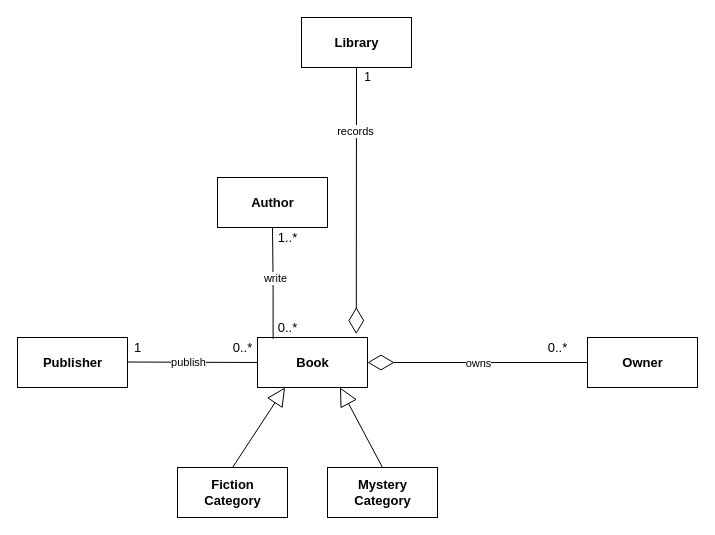
Above: E3ClassDiagram.drawio in yunee01/W2 (draw.io), before the change. Source tidied: cells renumbered, new cells numbered last; positions are measured from the earlier drawing's top-left corner, leaving out a move shared by most shapes. Both pictures are drawn from the tidied source at 100%, with x=0, y=0 at pixel (17, 17).
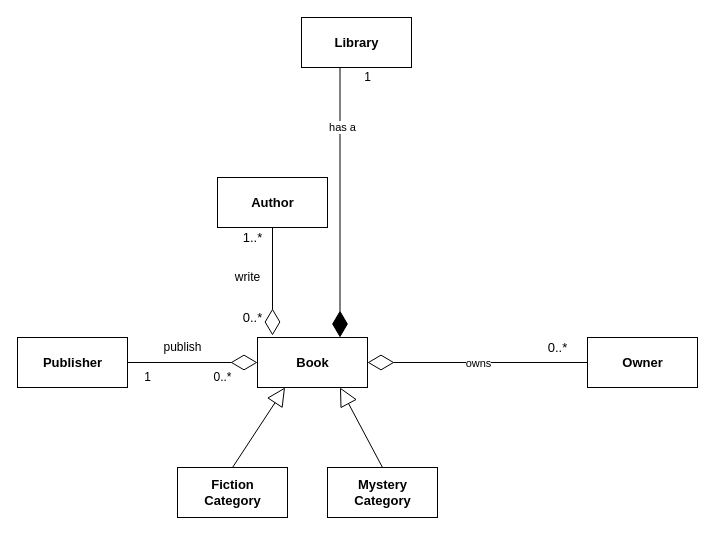
After the change.

Unchanged cells that the change refers to:
```xml
<mxCell id="2" value="Book" style="html=1;fontStyle=1;fontSize=13;" parent="1" vertex="1">
  <mxGeometry x="240" y="320" width="110" height="50" as="geometry" />
</mxCell>
<mxCell id="3" value="Author" style="html=1;fontStyle=1;fontSize=13;" parent="1" vertex="1">
  <mxGeometry x="200" y="160" width="110" height="50" as="geometry" />
</mxCell>
<mxCell id="4" value="Publisher" style="html=1;fontStyle=1;fontSize=13;" parent="1" vertex="1">
  <mxGeometry y="320" width="110" height="50" as="geometry" />
</mxCell>
<mxCell id="5" value="Library" style="html=1;fontStyle=1;fontSize=13;" parent="1" vertex="1">
  <mxGeometry x="284" width="110" height="50" as="geometry" />
</mxCell>
```

Diff of the diagram source:
```diff
@@
     <mxCell id="11" value="1..*" style="text;html=1;align=center;verticalAlign=middle;fontSize=13;" parent="1" vertex="1">
-      <mxGeometry x="255" y="210" width="30" height="20" as="geometry" />
+      <mxGeometry x="220" y="210" width="30" height="20" as="geometry" />
     </mxCell>
     <mxCell id="12" value="0..*" style="text;html=1;align=center;verticalAlign=middle;fontSize=13;" parent="1" vertex="1">
-      <mxGeometry x="255" y="300" width="30" height="20" as="geometry" />
+      <mxGeometry x="220" y="290" width="30" height="20" as="geometry" />
     </mxCell>
-    <mxCell id="13" value="0..*" style="text;html=1;align=center;verticalAlign=middle;fontSize=13;" parent="1" vertex="1">
-      <mxGeometry x="210" y="320" width="30" height="20" as="geometry" />
-    </mxCell>
-    <mxCell id="14" value="1" style="text;html=1;align=center;verticalAlign=middle;fontSize=13;" parent="1" vertex="1">
-      <mxGeometry x="110" y="320" width="20" height="20" as="geometry" />
-    </mxCell>
@@
-    <mxCell id="16" style="endArrow=none;html=1;edgeStyle=orthogonalEdgeStyle;entryX=0.5;entryY=1;entryDx=0;entryDy=0;exitX=0.142;exitY=0.028;exitDx=0;exitDy=0;exitPerimeter=0;" parent="1" edge="1" source="2" target="3">
-      <mxGeometry relative="1" as="geometry" />
-    </mxCell>
-    <mxCell id="17" value="write" style="edgeLabel;html=1;align=center;verticalAlign=middle;" parent="16" vertex="1">
-      <mxGeometry x="0.23" y="-3" relative="1" as="geometry">
-        <mxPoint x="-1" y="7" as="offset" />
-      </mxGeometry>
-    </mxCell>
-    <mxCell id="18" style="endArrow=none;html=1;edgeStyle=orthogonalEdgeStyle;entryX=0;entryY=0.5;entryDx=0;entryDy=0;" parent="1" edge="1" target="2">
-      <mxGeometry relative="1" as="geometry">
-        <mxPoint x="110" y="344.5" as="sourcePoint" />
-      </mxGeometry>
-    </mxCell>
-    <mxCell id="19" value="publish" style="edgeLabel;html=1;align=center;verticalAlign=middle;" parent="18" vertex="1">
-      <mxGeometry x="0.2" y="3" relative="1" as="geometry">
-        <mxPoint x="-17.5" y="3" as="offset" />
-      </mxGeometry>
-    </mxCell>
@@
+    <mxCell id="24" value="1" style="text;html=1;align=center;verticalAlign=middle;" parent="1" vertex="1">
+      <mxGeometry x="340" y="50" width="20" height="20" as="geometry" />
+    </mxCell>
-    <mxCell id="22" style="endArrow=diamondThin;endFill=0;endSize=24;html=1;entryX=0.898;entryY=-0.068;entryDx=0;entryDy=0;entryPerimeter=0;exitX=0.5;exitY=1;exitDx=0;exitDy=0;" parent="1" edge="1" source="5" target="2">
+    <mxCell id="22" style="endArrow=diamondThin;endFill=1;endSize=24;html=1;entryX=0.75;entryY=0;entryDx=0;entryDy=0;exitX=0.35;exitY=1;exitDx=0;exitDy=0;exitPerimeter=0;" parent="1" edge="1" source="5" target="2">
       <mxGeometry relative="1" as="geometry" />
     </mxCell>
-    <mxCell id="23" value="records" style="edgeLabel;html=1;align=center;verticalAlign=middle;" parent="22" vertex="1">
-      <mxGeometry x="-0.52" y="-1" relative="1" as="geometry" />
-    </mxCell>
-    <mxCell id="24" value="1" style="text;html=1;align=center;verticalAlign=middle;" parent="1" vertex="1">
-      <mxGeometry x="340" y="50" width="20" height="20" as="geometry" />
-    </mxCell>
+    <mxCell id="25" value="has a" style="edgeLabel;html=1;align=center;verticalAlign=middle;" parent="22" vertex="1">
+      <mxGeometry x="-0.56" y="2" relative="1" as="geometry" />
+    </mxCell>
+    <mxCell id="26" style="endArrow=diamondThin;endFill=0;endSize=24;html=1;exitX=1;exitY=0.5;exitDx=0;exitDy=0;entryX=0;entryY=0.5;entryDx=0;entryDy=0;" parent="1" edge="1" source="4" target="2">
+      <mxGeometry relative="1" as="geometry" />
+    </mxCell>
+    <mxCell id="19" value="publish" style="text;html=1;align=center;verticalAlign=middle;" parent="1" vertex="1">
+      <mxGeometry x="140" y="320" width="50" height="20" as="geometry" />
+    </mxCell>
+    <mxCell id="14" value="1" style="text;html=1;align=center;verticalAlign=middle;" parent="1" vertex="1">
+      <mxGeometry x="120" y="350" width="20" height="20" as="geometry" />
+    </mxCell>
+    <mxCell id="13" value="0..*" style="text;html=1;align=center;verticalAlign=middle;" parent="1" vertex="1">
+      <mxGeometry x="190" y="350" width="30" height="20" as="geometry" />
+    </mxCell>
+    <mxCell id="27" style="endArrow=diamondThin;endFill=0;endSize=24;html=1;exitX=0.5;exitY=1;exitDx=0;exitDy=0;" parent="1" edge="1" source="3">
+      <mxGeometry relative="1" as="geometry">
+        <mxPoint x="255" y="318" as="targetPoint" />
+      </mxGeometry>
+    </mxCell>
+    <mxCell id="17" value="write" style="text;html=1;align=center;verticalAlign=middle;" parent="1" vertex="1">
+      <mxGeometry x="210" y="250" width="40" height="20" as="geometry" />
+    </mxCell>
```
